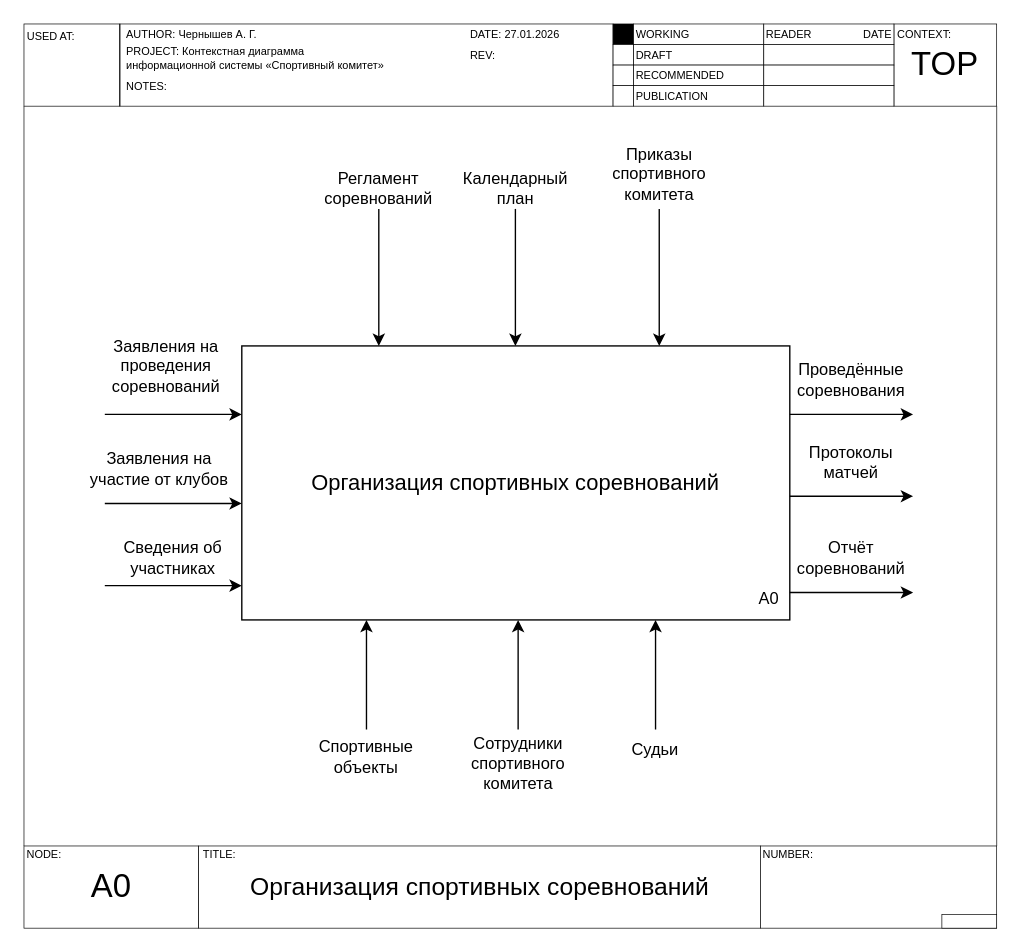
Above: page "Контекстная" (1 of 9) of Диаграммы ИС «Спортивный комитет».drawio in antonch985/Education (draw.io), before the change. Source tidied: cells renumbered, new cells numbered last; positions are measured from the earlier drawing's top-left corner, leaving out a move shared by most shapes. Both pictures are drawn from the tidied source at 137%, with x=0, y=0 at pixel (23, 23).
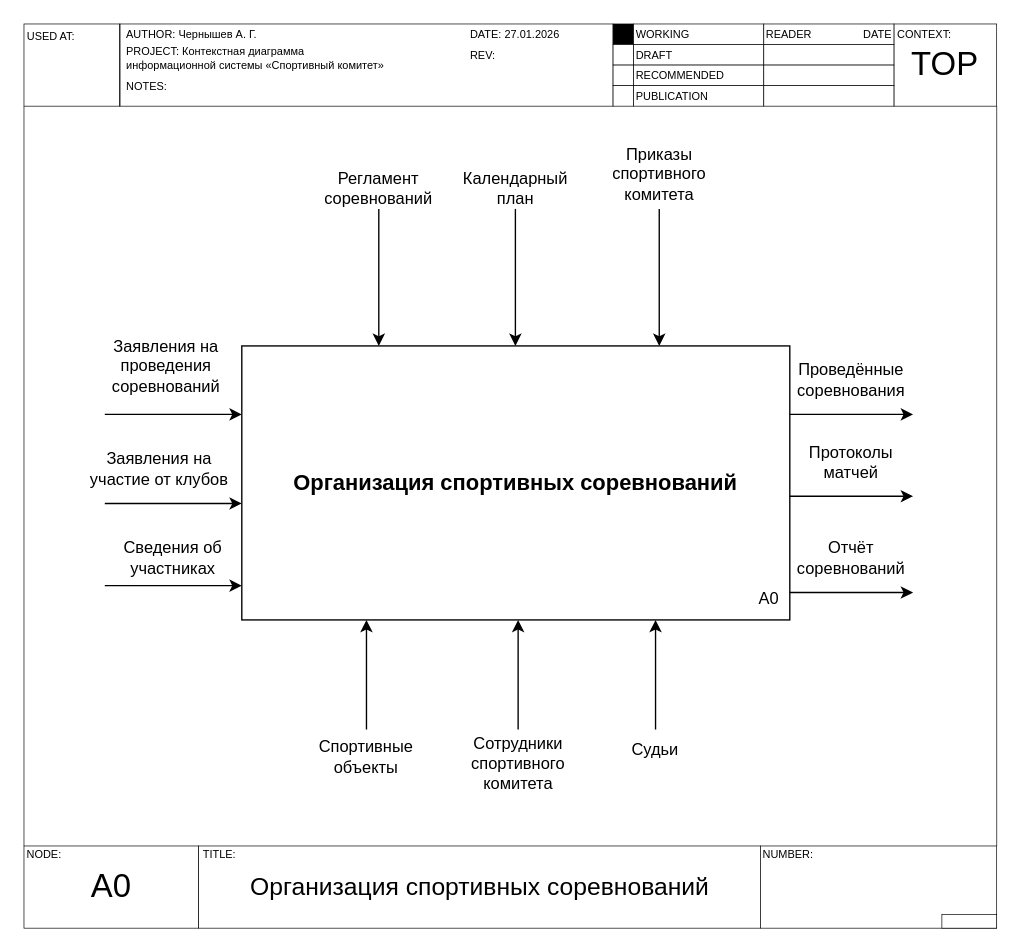
Above is the later version.

Diff of the diagram source:
```diff
@@
-    <mxCell id="7" value="&lt;font style=&quot;font-size: 16px;&quot;&gt;Организация спортивных соревнований&lt;/font&gt;" style="rounded=0;whiteSpace=wrap;html=1;" parent="1" vertex="1">
+    <mxCell id="7" value="&lt;font&gt;Организация спортивных соревнований&lt;/font&gt;" style="rounded=0;whiteSpace=wrap;html=1;fontStyle=1;fontSize=16;" parent="1" vertex="1">
       <mxGeometry x="159" y="235" width="400" height="200" as="geometry" />
     </mxCell>
```
